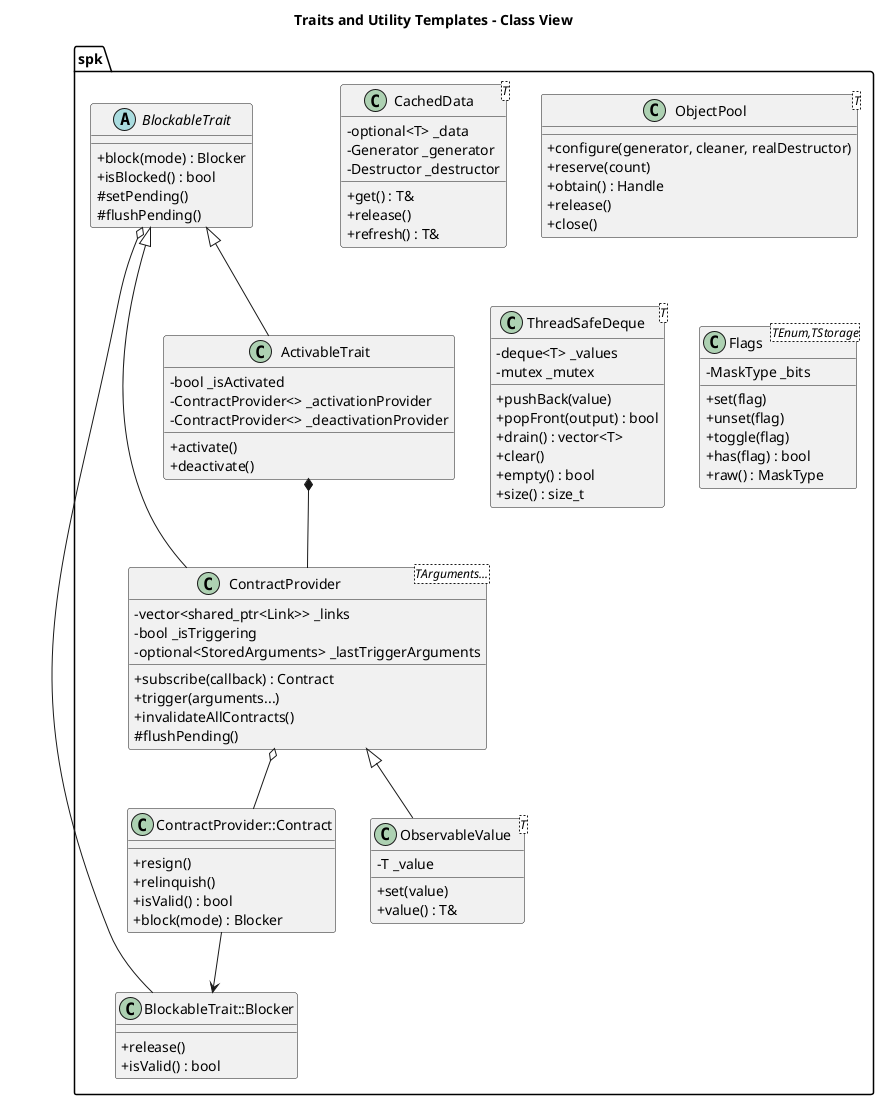
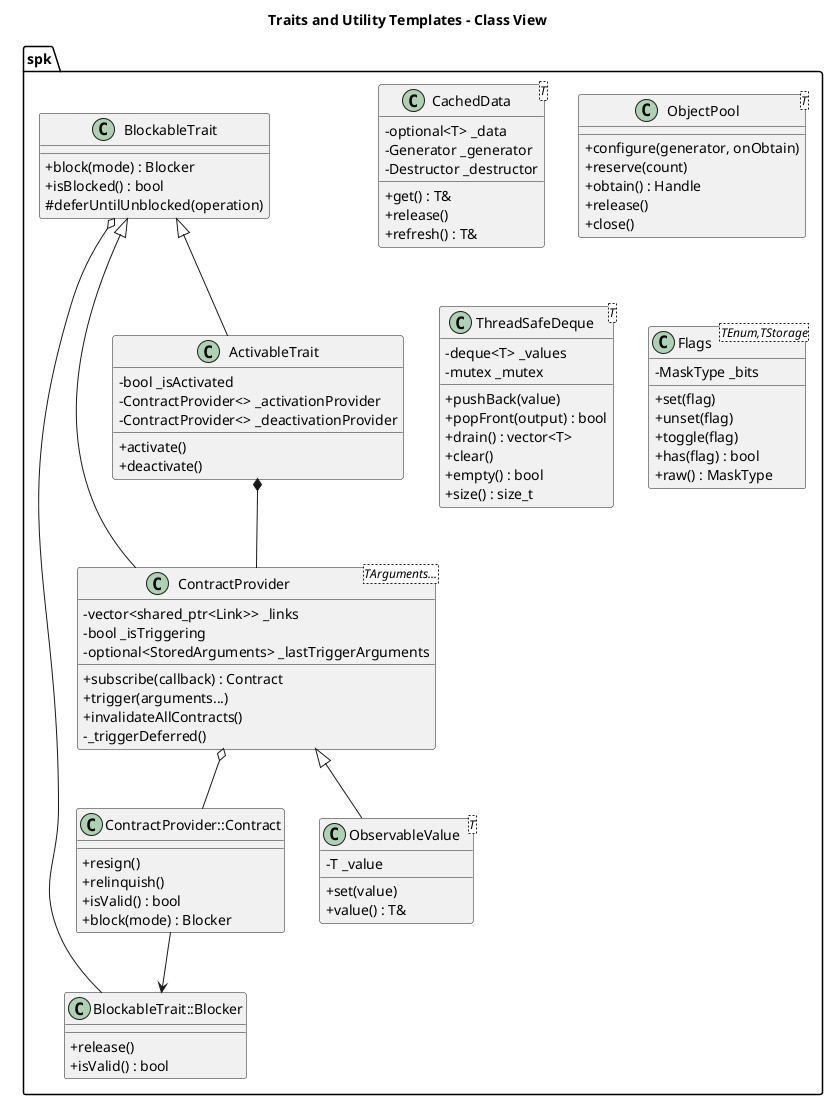
@startuml
title Traits and Utility Templates - Class View

skinparam classAttributeIconSize 0

namespace spk {
- 	abstract class BlockableTrait {
+ 	class BlockableTrait {
		+ block(mode) : Blocker
		+ isBlocked() : bool
- 		# setPending()
- 		# flushPending()
+ 		# deferUntilUnblocked(operation)
	}

	class "BlockableTrait::Blocker" as Blocker {
		+ release()
		+ isValid() : bool
	}

	class "ContractProvider<TArguments...>" as ContractProvider {
		- vector<shared_ptr<Link>> _links
		- bool _isTriggering
		- optional<StoredArguments> _lastTriggerArguments
		+ subscribe(callback) : Contract
		+ trigger(arguments...)
		+ invalidateAllContracts()
- 		# flushPending()
+ 		- _triggerDeferred()
	}

	class "ContractProvider::Contract" as Contract {
		+ resign()
		+ relinquish()
		+ isValid() : bool
		+ block(mode) : Blocker
	}

	class ActivableTrait {
		- bool _isActivated
		- ContractProvider<> _activationProvider
		- ContractProvider<> _deactivationProvider
		+ activate()
		+ deactivate()
	}

	class "ObservableValue<T>" as ObservableValue {
		- T _value
		+ set(value)
		+ value() : T&
	}

	class "CachedData<T>" as CachedData {
		- optional<T> _data
		- Generator _generator
		- Destructor _destructor
		+ get() : T&
		+ release()
		+ refresh() : T&
	}

	class "ObjectPool<T>" as ObjectPool {
- 		+ configure(generator, cleaner, realDestructor)
+ 		+ configure(generator, onObtain)
		+ reserve(count)
		+ obtain() : Handle
		+ release()
		+ close()
	}

	class "ThreadSafeDeque<T>" as ThreadSafeDeque {
		- deque<T> _values
		- mutex _mutex
		+ pushBack(value)
		+ popFront(output) : bool
		+ drain() : vector<T>
		+ clear()
		+ empty() : bool
		+ size() : size_t
	}

	class "Flags<TEnum,TStorage>" as Flags {
		- MaskType _bits
		+ set(flag)
		+ unset(flag)
		+ toggle(flag)
		+ has(flag) : bool
		+ raw() : MaskType
	}
}

spk.BlockableTrait <|-- spk.ContractProvider
spk.BlockableTrait <|-- spk.ActivableTrait
spk.ContractProvider <|-- spk.ObservableValue
spk.BlockableTrait o-- spk.Blocker
spk.ContractProvider o-- spk.Contract
spk.Contract --> spk.Blocker
spk.ActivableTrait *-- spk.ContractProvider

@enduml
